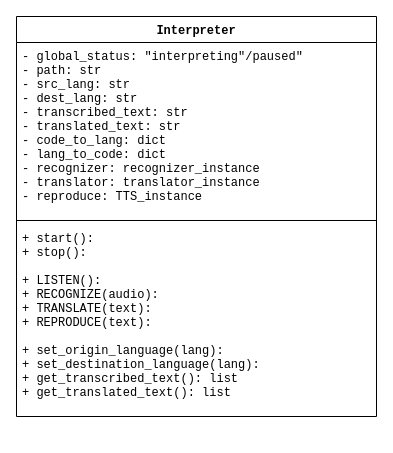
Above: page "interpreter" (1 of 4) of flowcharts.drawio in AmalDokkar/CS-IA (draw.io), before the change. Source tidied: cells renumbered, new cells numbered last; positions are measured from the earlier drawing's top-left corner, leaving out a move shared by most shapes. Both pictures are drawn from the tidied source at 100%, with x=0, y=0 at pixel (16, 16).
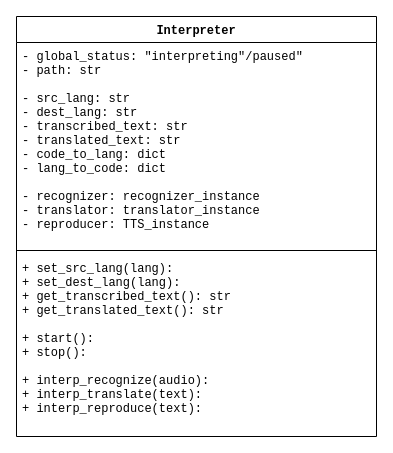
Above is the later version.

What changed in the source:
```diff
@@
 <mxGraphModel>
   <root>
     <mxCell id="0" />
     <mxCell id="1" parent="0" />
     <mxCell id="2" value="Interpreter" style="swimlane;fontStyle=1;align=center;verticalAlign=top;horizontal=1;startSize=26;fontFamily=Courier New;" parent="1" vertex="1">
-      <mxGeometry width="360" height="400" as="geometry" />
+      <mxGeometry width="360" height="420" as="geometry" />
     </mxCell>
-    <mxCell id="3" value="- global_status: &quot;interpreting&quot;/paused&quot;&#10;- path: str&#10;- src_lang: str&#10;- dest_lang: str&#10;- transcribed_text: str&#10;- translated_text: str&#10;- code_to_lang: dict&#10;- lang_to_code: dict&#10;- recognizer: recognizer_instance&#10;- translator: translator_instance&#10;- reproduce: TTS_instance" style="text;strokeColor=none;fillColor=none;align=left;verticalAlign=top;spacingLeft=4;spacingRight=4;overflow=hidden;fontFamily=Courier New;" parent="2" vertex="1">
-      <mxGeometry y="26" width="360" height="174" as="geometry" />
+    <mxCell id="3" value="- global_status: &quot;interpreting&quot;/paused&quot;&#10;- path: str&#10;&#10;- src_lang: str&#10;- dest_lang: str&#10;- transcribed_text: str&#10;- translated_text: str&#10;- code_to_lang: dict&#10;- lang_to_code: dict&#10;&#10;- recognizer: recognizer_instance&#10;- translator: translator_instance&#10;- reproducer: TTS_instance" style="text;strokeColor=none;fillColor=none;align=left;verticalAlign=top;spacingLeft=4;spacingRight=4;overflow=hidden;fontFamily=Courier New;" parent="2" vertex="1">
+      <mxGeometry y="26" width="360" height="204" as="geometry" />
     </mxCell>
     <mxCell id="4" style="line;strokeWidth=1;fillColor=none;align=left;verticalAlign=middle;spacingTop=-1;spacingLeft=3;spacingRight=3;labelPosition=right;strokeColor=inherit;" parent="2" vertex="1">
-      <mxGeometry y="200" width="360" height="8" as="geometry" />
+      <mxGeometry y="230" width="360" height="8" as="geometry" />
     </mxCell>
-    <mxCell id="5" value="+ start():&#10;+ stop():&#10;&#10;+ LISTEN():&#10;+ RECOGNIZE(audio):&#10;+ TRANSLATE(text):&#10;+ REPRODUCE(text):&#10;&#10;+ set_origin_language(lang):&#10;+ set_destination_language(lang):&#10;+ get_transcribed_text(): list&#10;+ get_translated_text(): list&#10;" style="text;strokeColor=none;fillColor=none;align=left;verticalAlign=top;spacingLeft=4;spacingRight=4;overflow=hidden;fontFamily=Courier New;" parent="2" vertex="1">
-      <mxGeometry y="208" width="360" height="192" as="geometry" />
+    <mxCell id="5" value="+ set_src_lang(lang):&#10;+ set_dest_lang(lang):&#10;+ get_transcribed_text(): str&#10;+ get_translated_text(): str&#10;&#10;+ start():&#10;+ stop():&#10;&#10;+ interp_recognize(audio):&#10;+ interp_translate(text):&#10;+ interp_reproduce(text):&#10;" style="text;strokeColor=none;fillColor=none;align=left;verticalAlign=top;spacingLeft=4;spacingRight=4;overflow=hidden;fontFamily=Courier New;" parent="2" vertex="1">
+      <mxGeometry y="238" width="360" height="182" as="geometry" />
     </mxCell>
   </root>
 </mxGraphModel>
```
